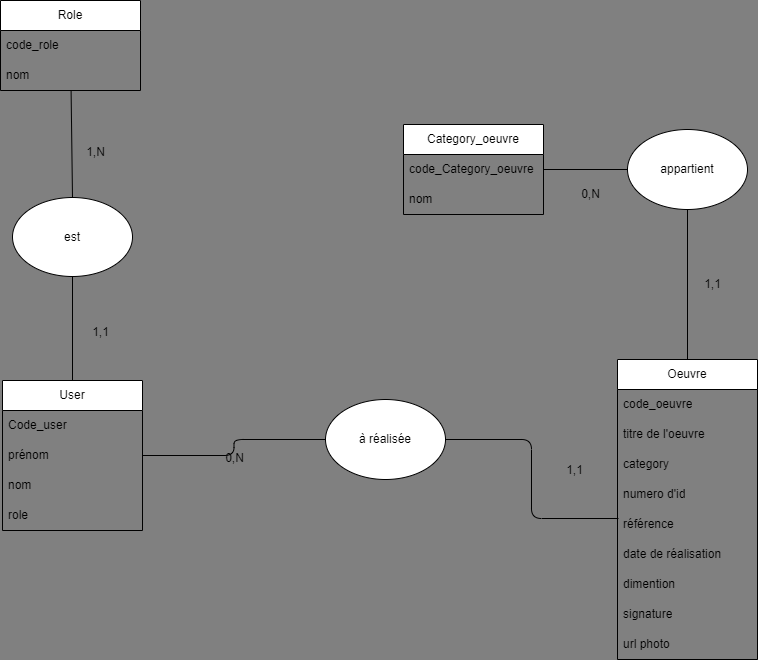
This is doc/MCD.png from gregoirelef/DehelGalerie, a draw.io export, as it was before one commit. Source tidied: cells renumbered, new cells last; positions are measured from the earlier drawing's top-left corner, leaving out a move shared by most shapes.
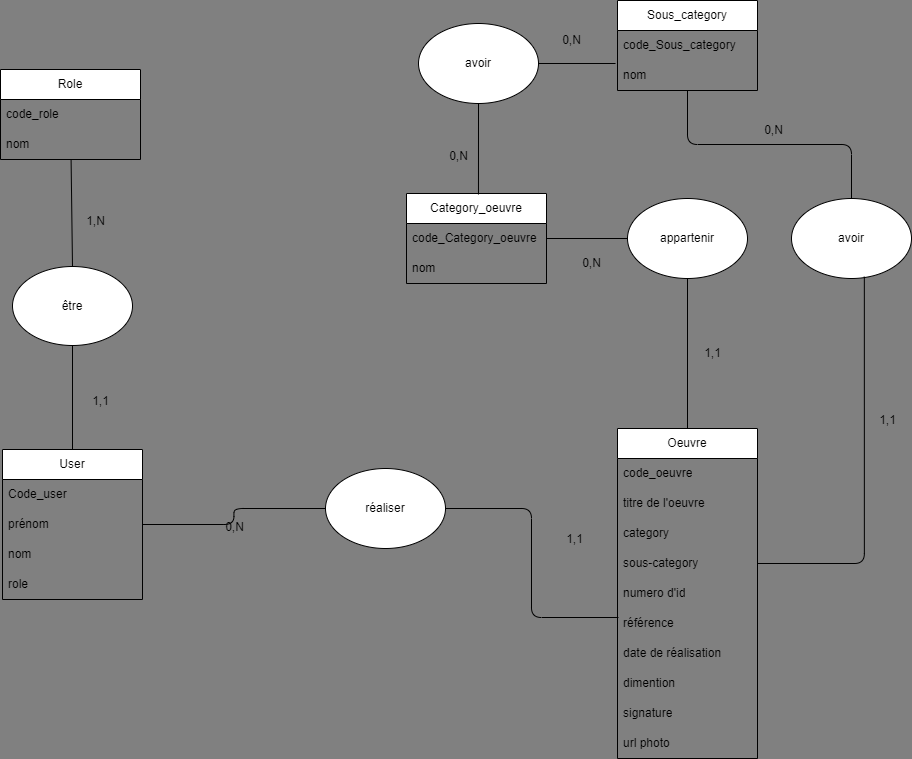
Later version of the same file.

Change to the diagram source:
```diff
@@ -18,7 +18,7 @@
       <mxGeometry y="120" width="140" height="30" as="geometry" />
     </mxCell>
     <mxCell id="7" value="Oeuvre" style="swimlane;fontStyle=0;horizontal=1;startSize=30;whiteSpace=wrap;html=1;" parent="1" vertex="1">
-      <mxGeometry x="617" y="359" width="140" height="300" as="geometry" />
+      <mxGeometry x="617" y="359" width="140" height="330" as="geometry" />
     </mxCell>
     <mxCell id="8" value="code_oeuvre" style="text;strokeColor=none;fillColor=none;align=left;verticalAlign=middle;spacingLeft=4;spacingRight=4;overflow=hidden;whiteSpace=wrap;html=1;" parent="7" vertex="1">
       <mxGeometry y="30" width="140" height="30" as="geometry" />
@@ -29,25 +29,28 @@
     <mxCell id="10" value="category" style="text;strokeColor=none;fillColor=none;align=left;verticalAlign=middle;spacingLeft=4;spacingRight=4;overflow=hidden;whiteSpace=wrap;html=1;" parent="7" vertex="1">
       <mxGeometry y="90" width="140" height="30" as="geometry" />
     </mxCell>
+    <mxCell id="38" value="sous-category" style="text;strokeColor=none;fillColor=none;align=left;verticalAlign=middle;spacingLeft=4;spacingRight=4;overflow=hidden;points=[[0,0.5],[1,0.5]];portConstraint=eastwest;whiteSpace=wrap;html=1;" parent="7" vertex="1">
+      <mxGeometry y="120" width="140" height="30" as="geometry" />
+    </mxCell>
     <mxCell id="11" value="numero d'id" style="text;strokeColor=none;fillColor=none;align=left;verticalAlign=middle;spacingLeft=4;spacingRight=4;overflow=hidden;whiteSpace=wrap;html=1;" parent="7" vertex="1">
-      <mxGeometry y="120" width="140" height="30" as="geometry" />
+      <mxGeometry y="150" width="140" height="30" as="geometry" />
     </mxCell>
     <mxCell id="12" value="référence" style="text;strokeColor=none;fillColor=none;align=left;verticalAlign=middle;spacingLeft=4;spacingRight=4;overflow=hidden;points=[[0,0.5],[1,0.5]];portConstraint=eastwest;whiteSpace=wrap;html=1;" parent="7" vertex="1">
-      <mxGeometry y="150" width="140" height="30" as="geometry" />
+      <mxGeometry y="180" width="140" height="30" as="geometry" />
     </mxCell>
     <mxCell id="13" value="date de réalisation" style="text;strokeColor=none;fillColor=none;align=left;verticalAlign=middle;spacingLeft=4;spacingRight=4;overflow=hidden;whiteSpace=wrap;html=1;" parent="7" vertex="1">
-      <mxGeometry y="180" width="140" height="30" as="geometry" />
+      <mxGeometry y="210" width="140" height="30" as="geometry" />
     </mxCell>
     <mxCell id="14" value="dimention" style="text;strokeColor=none;fillColor=none;align=left;verticalAlign=middle;spacingLeft=4;spacingRight=4;overflow=hidden;whiteSpace=wrap;html=1;" parent="7" vertex="1">
-      <mxGeometry y="210" width="140" height="30" as="geometry" />
+      <mxGeometry y="240" width="140" height="30" as="geometry" />
     </mxCell>
     <mxCell id="15" value="signature" style="text;strokeColor=none;fillColor=none;align=left;verticalAlign=middle;spacingLeft=4;spacingRight=4;overflow=hidden;whiteSpace=wrap;html=1;" parent="7" vertex="1">
-      <mxGeometry y="240" width="140" height="30" as="geometry" />
+      <mxGeometry y="270" width="140" height="30" as="geometry" />
     </mxCell>
     <mxCell id="16" value="url photo" style="text;strokeColor=none;fillColor=none;align=left;verticalAlign=middle;spacingLeft=4;spacingRight=4;overflow=hidden;whiteSpace=wrap;html=1;" parent="7" vertex="1">
-      <mxGeometry y="270" width="140" height="30" as="geometry" />
+      <mxGeometry y="300" width="140" height="30" as="geometry" />
     </mxCell>
-    <mxCell id="17" value="à réalisée" style="ellipse;whiteSpace=wrap;html=1;" parent="1" vertex="1">
+    <mxCell id="17" value="réaliser" style="ellipse;whiteSpace=wrap;html=1;" parent="1" vertex="1">
       <mxGeometry x="325" y="399" width="120" height="80" as="geometry" />
     </mxCell>
     <mxCell id="18" style="edgeStyle=orthogonalEdgeStyle;html=1;entryX=0;entryY=0.5;entryDx=0;entryDy=0;endArrow=none;endFill=0;" parent="1" edge="1" source="2" target="17">
@@ -72,7 +75,7 @@
       <mxGeometry y="60" width="140" height="30" as="geometry" />
     </mxCell>
     <mxCell id="25" value="Category_oeuvre" style="swimlane;fontStyle=0;horizontal=1;startSize=30;whiteSpace=wrap;html=1;" parent="1" vertex="1">
-      <mxGeometry x="403" y="124" width="140" height="90" as="geometry" />
+      <mxGeometry x="406" y="124" width="140" height="90" as="geometry" />
     </mxCell>
     <mxCell id="26" value="code_&lt;span style=&quot;color: rgb(0, 0, 0); text-align: center;&quot;&gt;Category_oeuvre&lt;/span&gt;" style="text;strokeColor=none;fillColor=none;align=left;verticalAlign=middle;spacingLeft=4;spacingRight=4;overflow=hidden;whiteSpace=wrap;html=1;" parent="25" vertex="1">
       <mxGeometry y="30" width="140" height="30" as="geometry" />
@@ -80,10 +83,10 @@
     <mxCell id="27" value="nom" style="text;strokeColor=none;fillColor=none;align=left;verticalAlign=middle;spacingLeft=4;spacingRight=4;overflow=hidden;whiteSpace=wrap;html=1;" parent="25" vertex="1">
       <mxGeometry y="60" width="140" height="30" as="geometry" />
     </mxCell>
-    <mxCell id="28" value="appartient" style="ellipse;whiteSpace=wrap;html=1;" parent="1" vertex="1">
+    <mxCell id="28" value="appartenir" style="ellipse;whiteSpace=wrap;html=1;" parent="1" vertex="1">
       <mxGeometry x="627" y="129" width="120" height="80" as="geometry" />
     </mxCell>
-    <mxCell id="29" value="est" style="ellipse;whiteSpace=wrap;html=1;" parent="1" vertex="1">
+    <mxCell id="29" value="être" style="ellipse;whiteSpace=wrap;html=1;" parent="1" vertex="1">
       <mxGeometry x="12" y="197" width="120" height="79" as="geometry" />
     </mxCell>
     <mxCell id="30" style="endArrow=none;html=1;entryX=0;entryY=0.5;entryDx=0;entryDy=0;" parent="1" edge="1" source="25" target="28">
@@ -110,5 +113,44 @@
     <mxCell id="37" value="1,N" style="text;html=1;align=center;verticalAlign=middle;strokeColor=none;fillColor=none;rotation=0;" parent="1" vertex="1">
       <mxGeometry x="76" y="139" width="37" height="26" as="geometry" />
     </mxCell>
+    <mxCell id="39" value="Sous_category" style="swimlane;fontStyle=0;horizontal=1;startSize=30;whiteSpace=wrap;html=1;" parent="1" vertex="1">
+      <mxGeometry x="617" y="-69" width="140" height="90" as="geometry" />
+    </mxCell>
+    <mxCell id="40" value="code_&lt;span style=&quot;color: rgb(0, 0, 0); text-align: center;&quot;&gt;Sous_category&lt;/span&gt;" style="text;strokeColor=none;fillColor=none;align=left;verticalAlign=middle;spacingLeft=4;spacingRight=4;overflow=hidden;whiteSpace=wrap;html=1;" parent="39" vertex="1">
+      <mxGeometry y="30" width="140" height="30" as="geometry" />
+    </mxCell>
+    <mxCell id="41" value="nom" style="text;strokeColor=none;fillColor=none;align=left;verticalAlign=middle;spacingLeft=4;spacingRight=4;overflow=hidden;points=[[0,0.5],[1,0.5]];portConstraint=eastwest;whiteSpace=wrap;html=1;" parent="39" vertex="1">
+      <mxGeometry y="60" width="140" height="30" as="geometry" />
+    </mxCell>
+    <mxCell id="42" value="avoir" style="ellipse;whiteSpace=wrap;html=1;" parent="1" vertex="1">
+      <mxGeometry x="418" y="-46" width="120" height="80" as="geometry" />
+    </mxCell>
+    <mxCell id="43" style="endArrow=none;html=1;entryX=0.5;entryY=1;entryDx=0;entryDy=0;exitX=0.514;exitY=0.011;exitDx=0;exitDy=0;exitPerimeter=0;" parent="1" edge="1" source="25" target="42">
+      <mxGeometry relative="1" as="geometry" />
+    </mxCell>
+    <mxCell id="44" style="endArrow=none;html=1;entryX=-0.014;entryY=0.1;entryDx=0;entryDy=0;entryPerimeter=0;exitX=1;exitY=0.5;exitDx=0;exitDy=0;" parent="1" edge="1" source="42" target="41">
+      <mxGeometry relative="1" as="geometry" />
+    </mxCell>
+    <mxCell id="45" value="0,N" style="text;html=1;align=center;verticalAlign=middle;strokeColor=none;fillColor=none;" parent="1" vertex="1">
+      <mxGeometry x="439" y="74" width="37" height="26" as="geometry" />
+    </mxCell>
+    <mxCell id="46" value="0,N" style="text;html=1;align=center;verticalAlign=middle;strokeColor=none;fillColor=none;" parent="1" vertex="1">
+      <mxGeometry x="552" y="-42" width="37" height="26" as="geometry" />
+    </mxCell>
+    <mxCell id="47" value="avoir" style="ellipse;whiteSpace=wrap;html=1;" parent="1" vertex="1">
+      <mxGeometry x="791" y="129" width="120" height="80" as="geometry" />
+    </mxCell>
+    <mxCell id="48" style="endArrow=none;html=1;exitX=1;exitY=0.5;exitDx=0;exitDy=0;entryX=0.607;entryY=0.977;entryDx=0;entryDy=0;entryPerimeter=0;edgeStyle=orthogonalEdgeStyle;" parent="1" edge="1" source="38" target="47">
+      <mxGeometry relative="1" as="geometry" />
+    </mxCell>
+    <mxCell id="49" style="endArrow=none;html=1;exitX=0.5;exitY=0;exitDx=0;exitDy=0;edgeStyle=orthogonalEdgeStyle;" parent="1" edge="1" source="47" target="39">
+      <mxGeometry relative="1" as="geometry" />
+    </mxCell>
+    <mxCell id="50" value="0,N" style="text;html=1;align=center;verticalAlign=middle;strokeColor=none;fillColor=none;" parent="1" vertex="1">
+      <mxGeometry x="754" y="48" width="37" height="26" as="geometry" />
+    </mxCell>
+    <mxCell id="51" value="1,1" style="text;html=1;align=center;verticalAlign=middle;strokeColor=none;fillColor=none;" parent="1" vertex="1">
+      <mxGeometry x="869" y="338" width="35" height="26" as="geometry" />
+    </mxCell>
   </root>
 </mxGraphModel>
```
